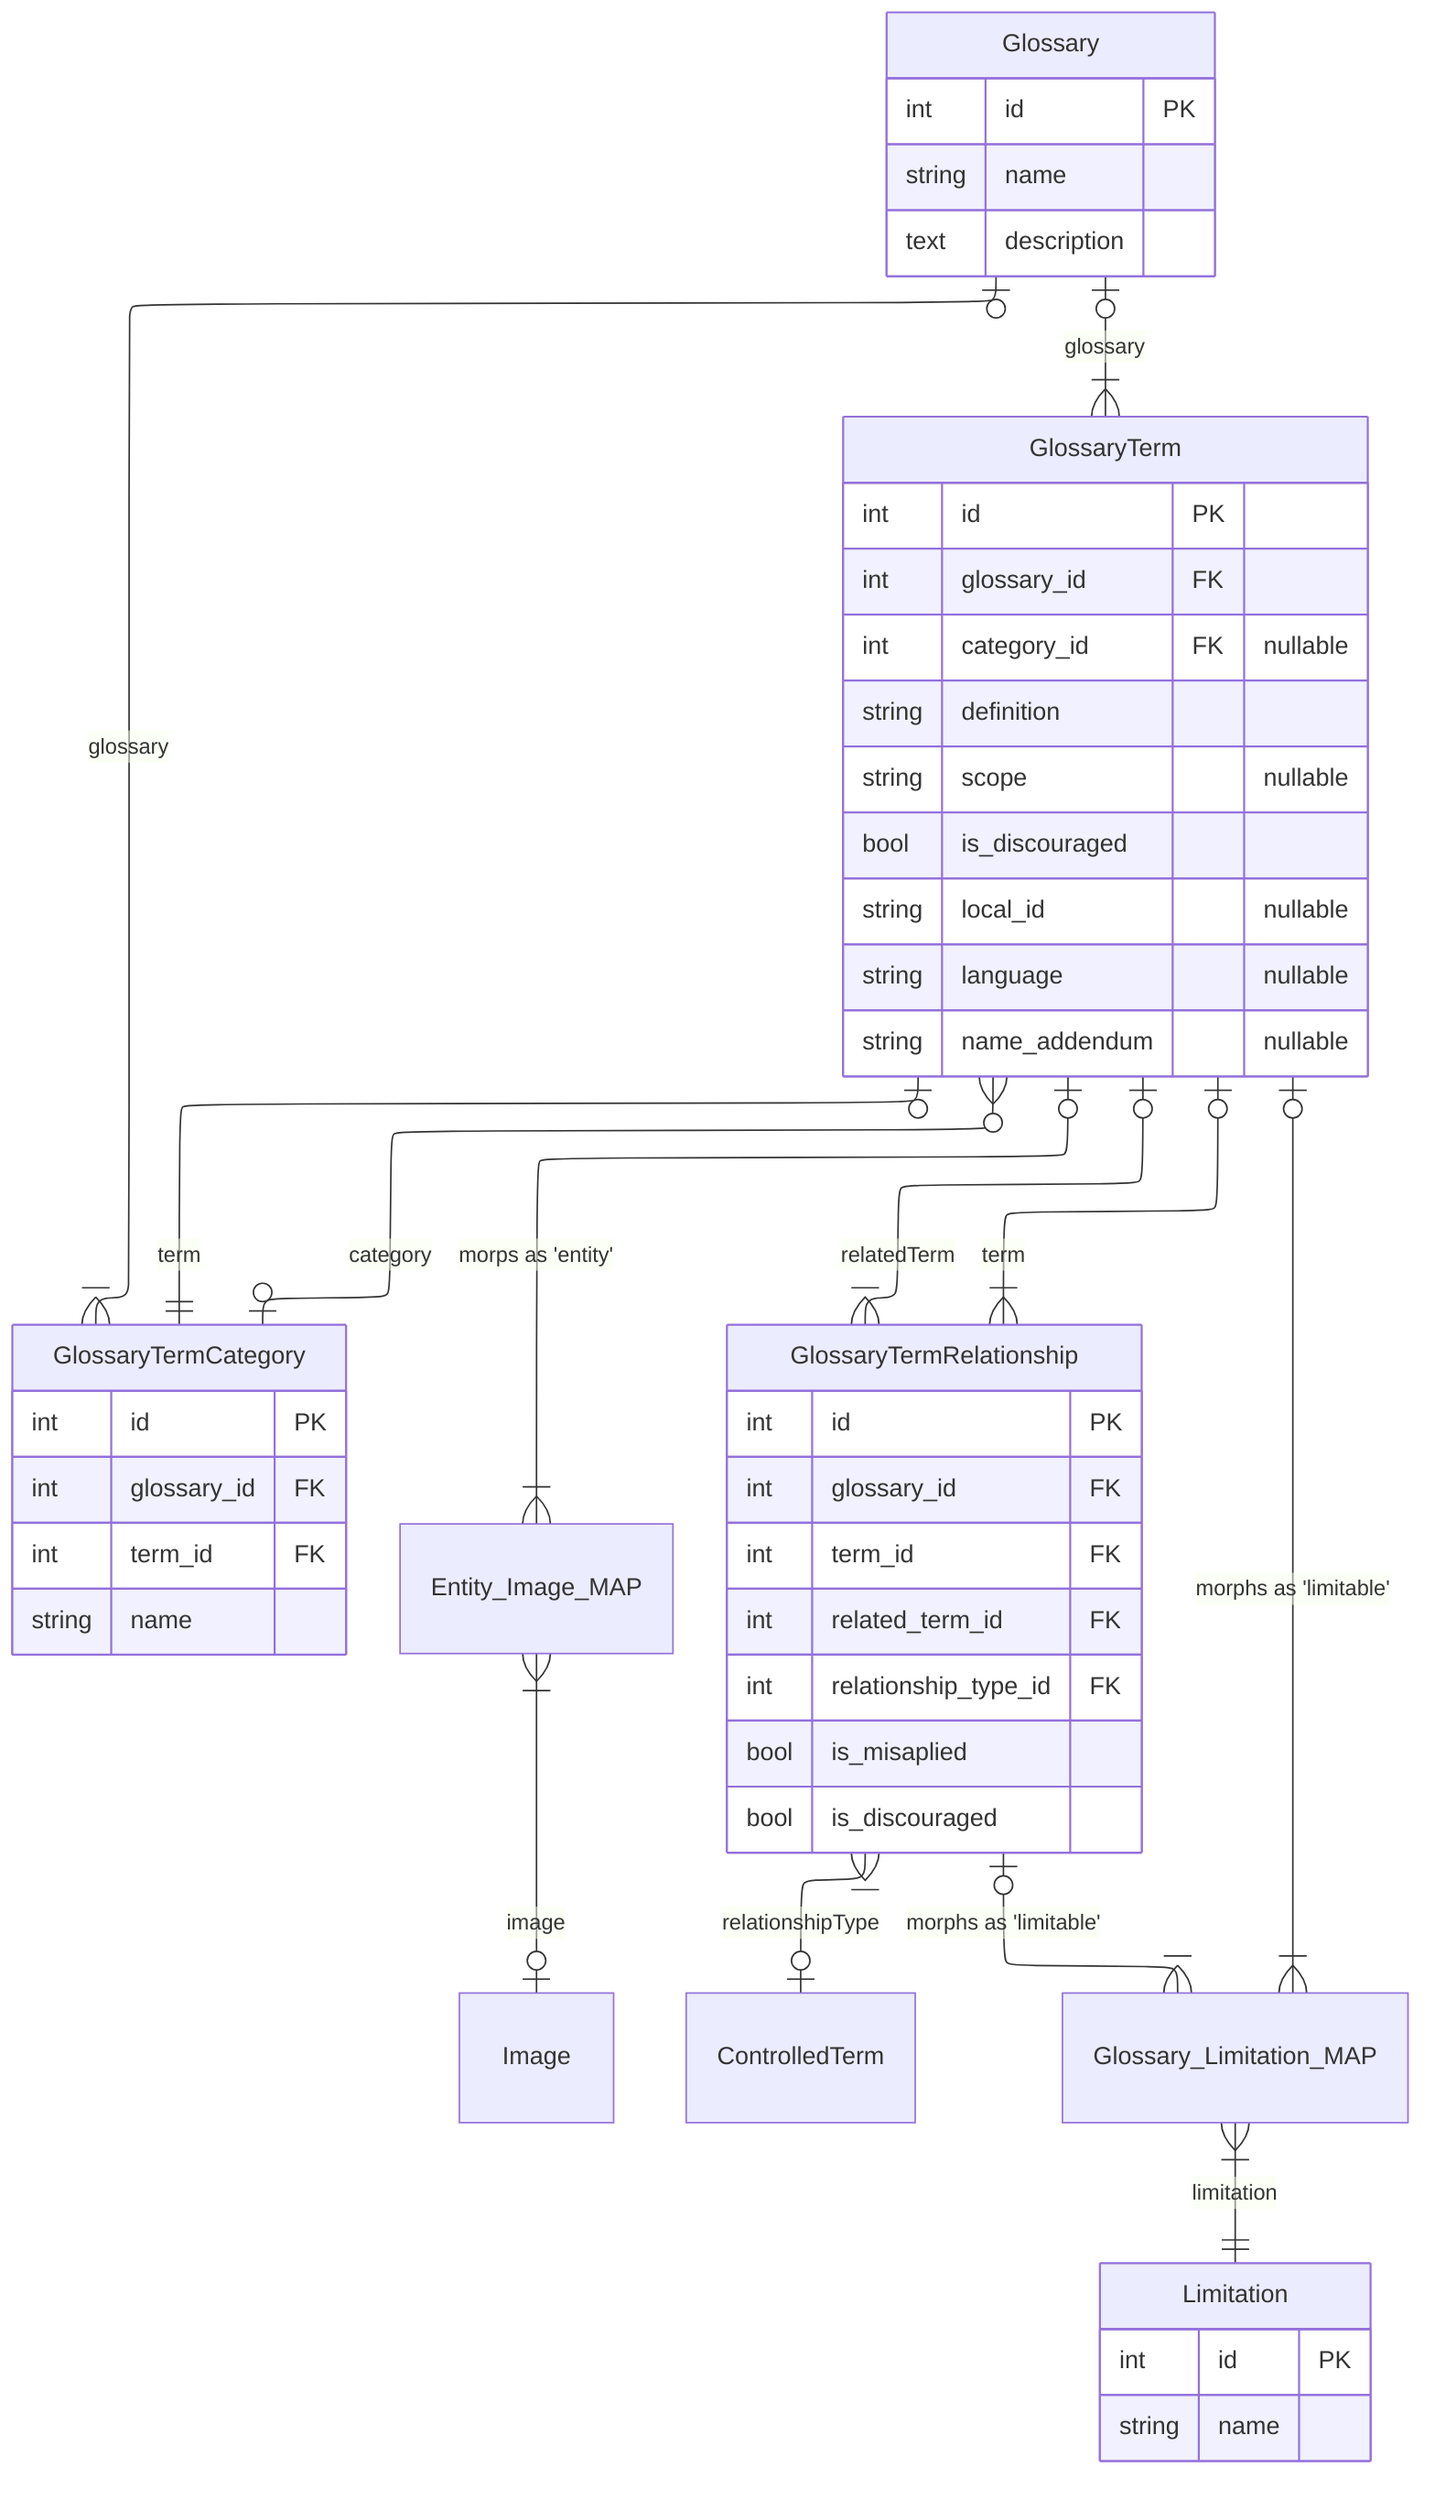
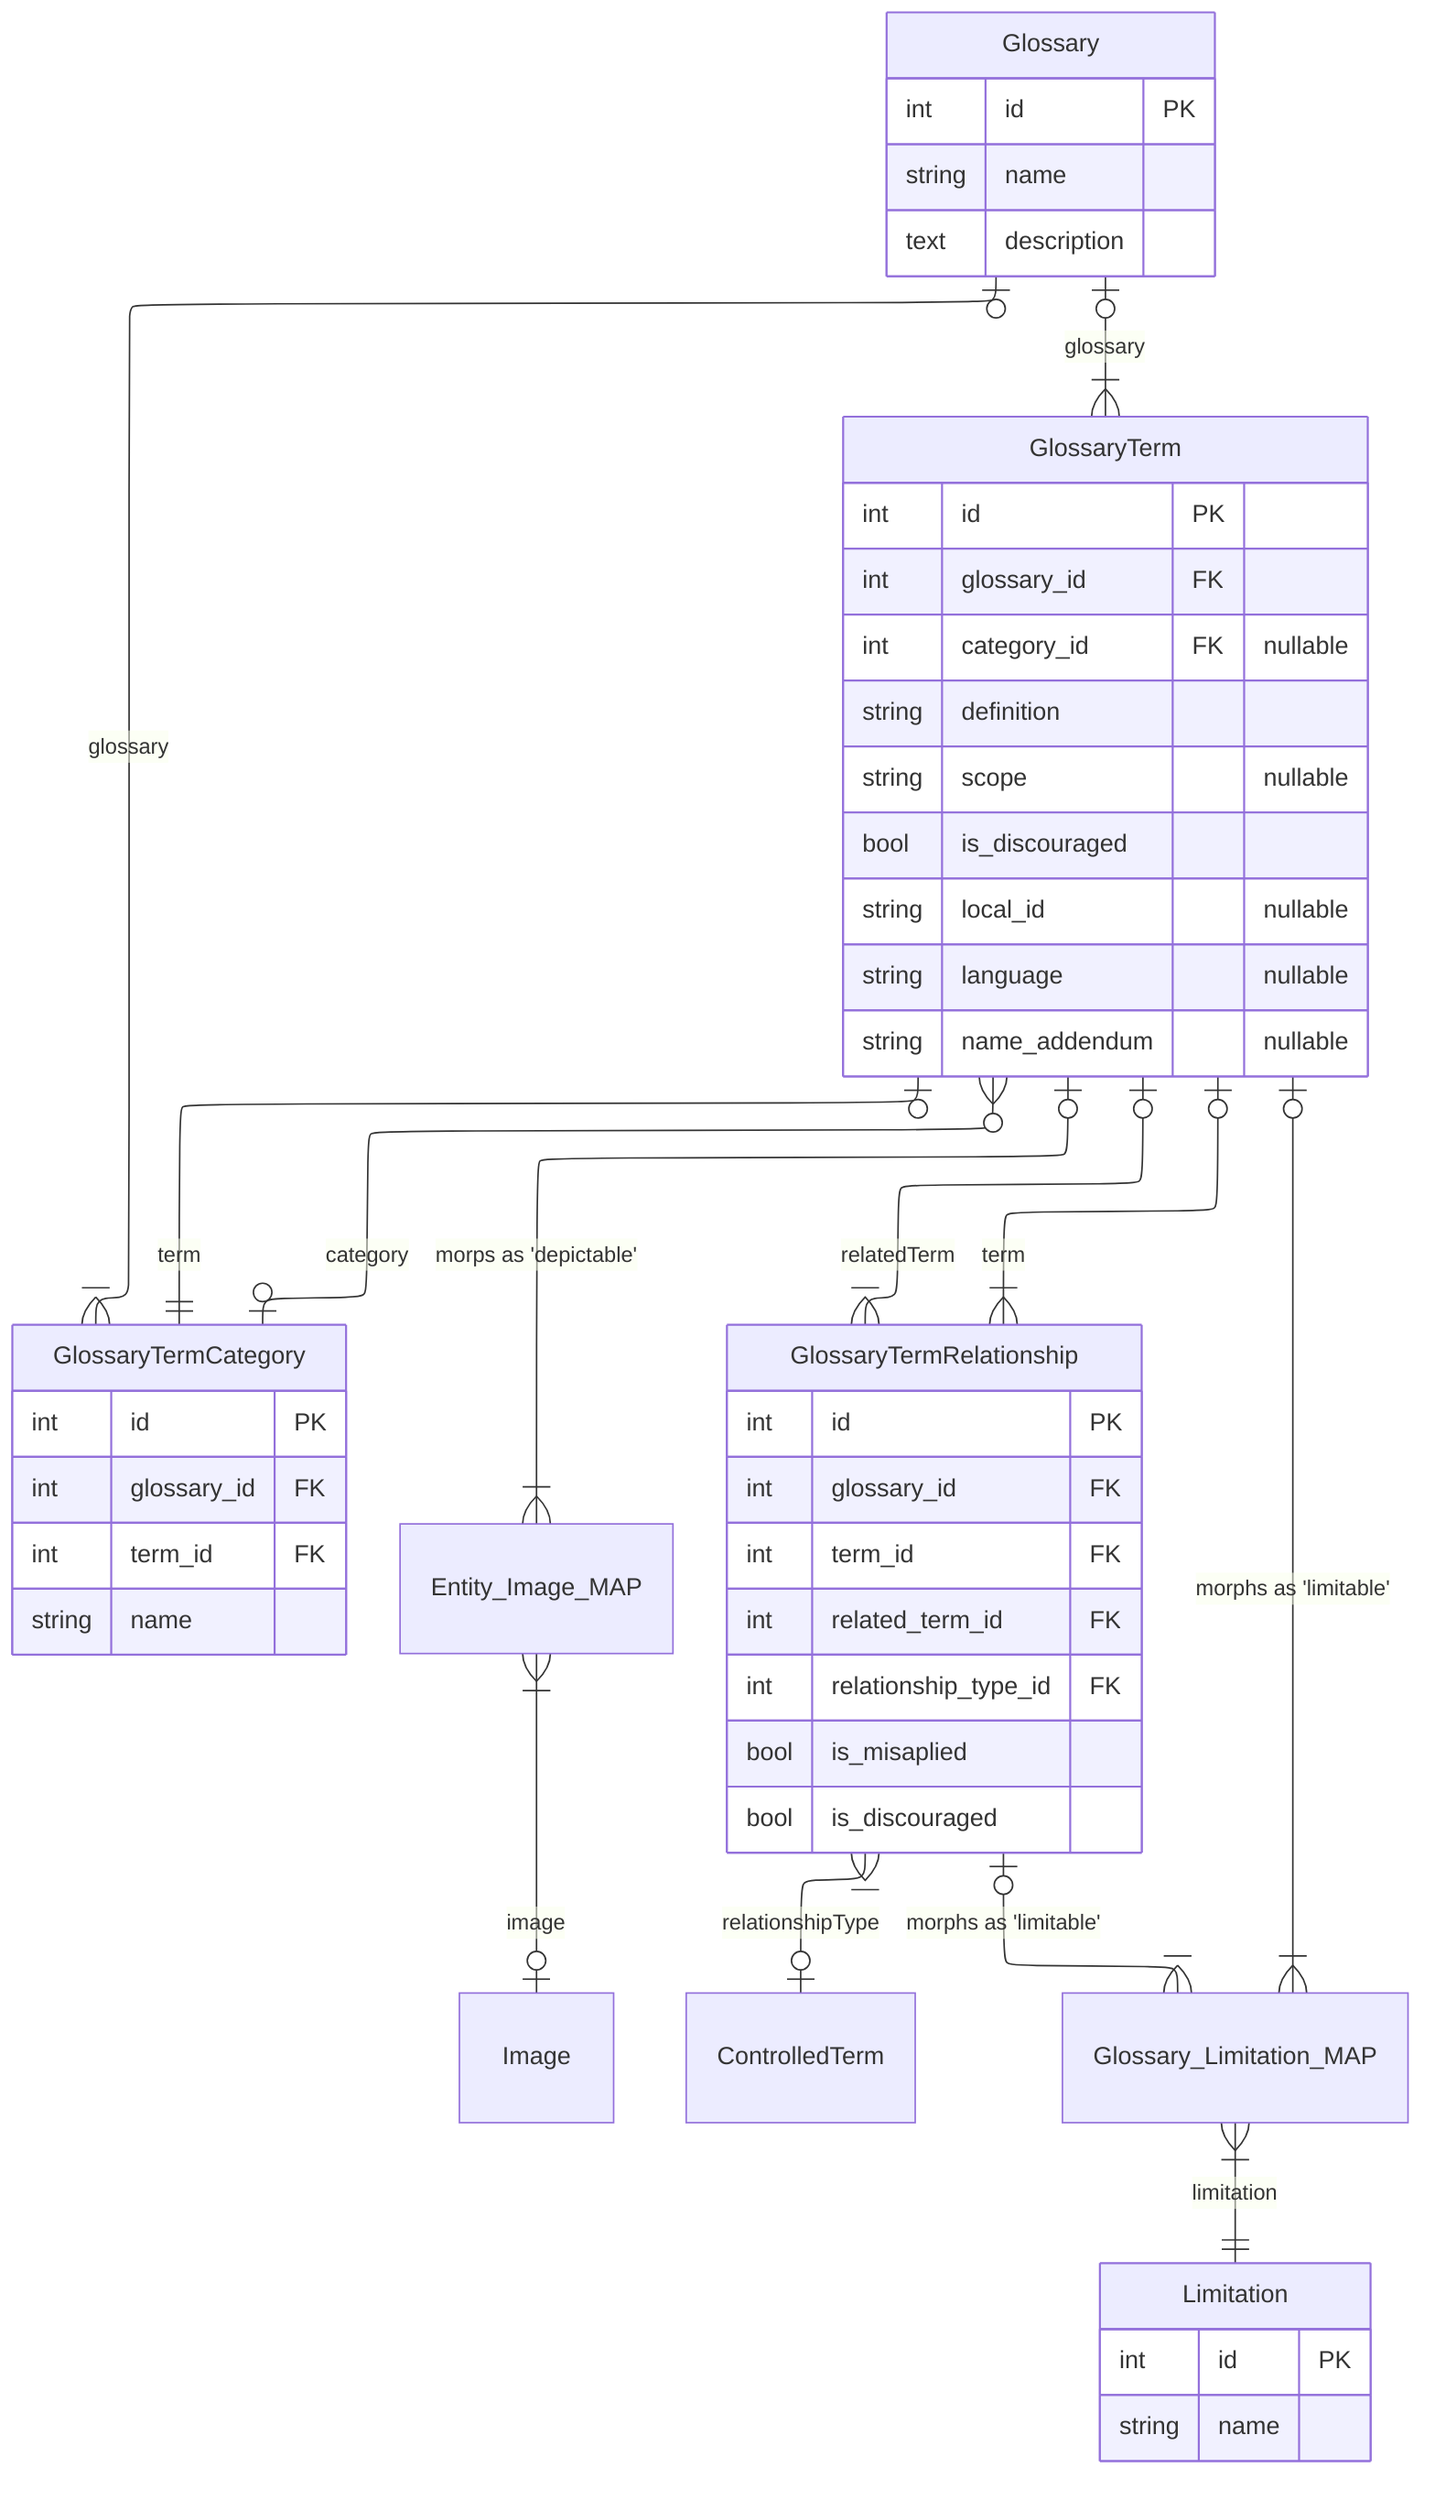
---
config:
    layout: elk
---
erDiagram
  Glossary |o--|{ GlossaryTerm : glossary

  Glossary |o--|{ GlossaryTermCategory : glossary
  GlossaryTermCategory |o--o{ GlossaryTerm : category
  GlossaryTerm |o--|| GlossaryTermCategory : term

-   GlossaryTerm |o--|{ Entity_Image_MAP : "morps as 'entity'"
+   GlossaryTerm |o--|{ Entity_Image_MAP : "morps as 'depictable'"
  Entity_Image_MAP }|--o| Image : image

  GlossaryTerm |o--|{ GlossaryTermRelationship : term
  GlossaryTermRelationship }|--o| GlossaryTerm : relatedTerm
  GlossaryTermRelationship }|--o| ControlledTerm : relationshipType

  %% Polymorphic Targets
  GlossaryTermRelationship |o--|{ Glossary_Limitation_MAP  : "morphs as 'limitable'"
  GlossaryTerm |o--|{ Glossary_Limitation_MAP : "morphs as 'limitable'"

  Glossary_Limitation_MAP }|--|| Limitation : "limitation"


  Glossary {
    int id PK
    string name
    text description
  }

  GlossaryTerm {
    int id PK
    int glossary_id FK
    int category_id FK "nullable"
    string definition
    string scope "nullable"
    bool is_discouraged
    string local_id "nullable"
    string language "nullable"
    string name_addendum "nullable"
  }

  GlossaryTermCategory {
    int id PK
    int glossary_id FK
    int term_id FK
    string name
  }

  GlossaryTermRelationship {
    int id PK
    int glossary_id FK
    int term_id FK
    int related_term_id FK
    int relationship_type_id FK
    bool is_misaplied
    bool is_discouraged
  }

  Limitation {
    int id PK
    string name
  }